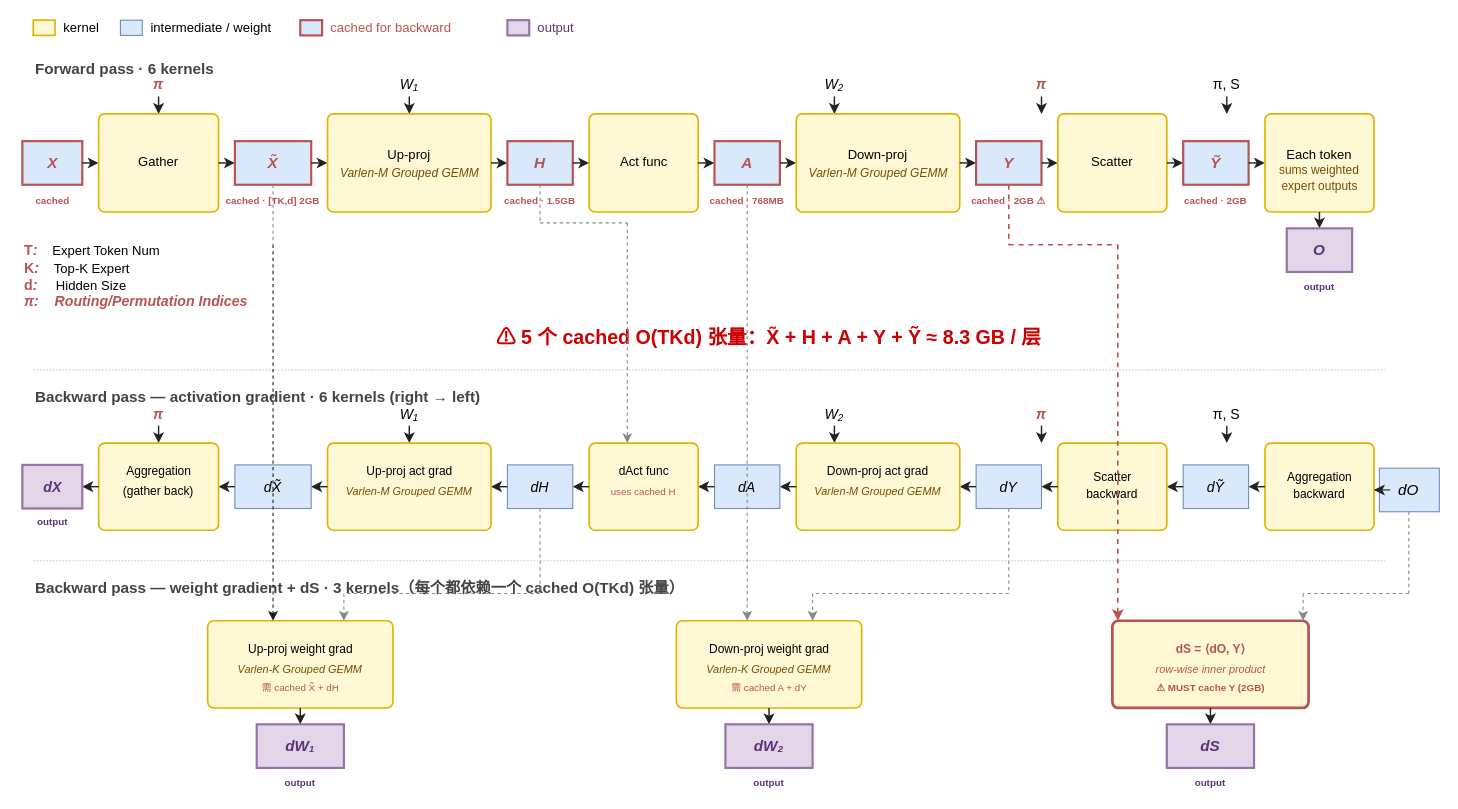
This is static/drawio/2026-04-27-sonicmoe-blackwell-深度解读-fine-grained-moe-kernel-的算法-软件-硬件三层堆叠/figures/F1.drawio from cassiewilliam/blog, a draw.io file, before an edit. Source tidied: cells renumbered, new cells numbered last; positions are measured from the earlier drawing's top-left corner, leaving out a move shared by most shapes. Both pictures are drawn from the tidied source at 109%, with x=0, y=0 at pixel (22, 19).
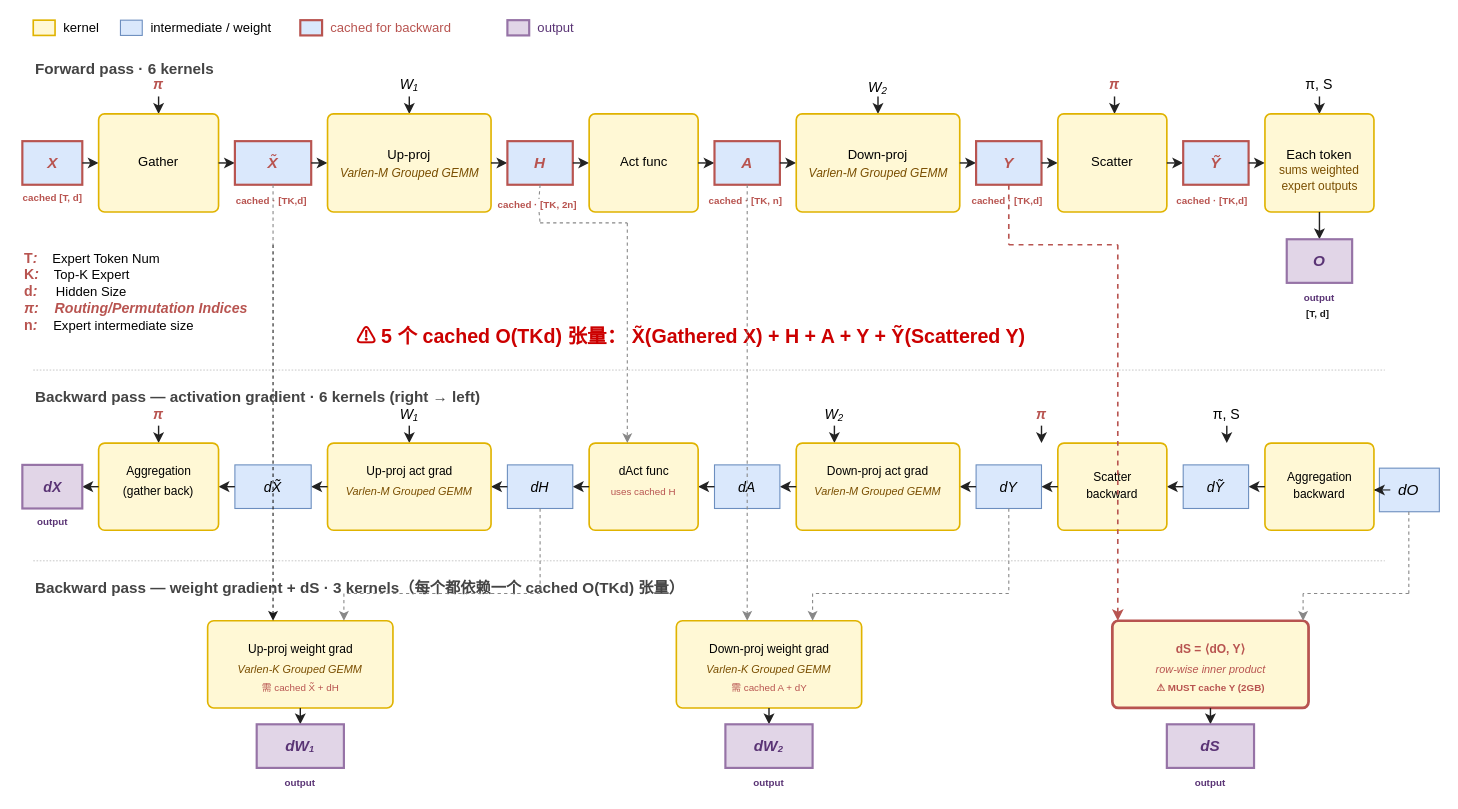
The same page after the edit.

Commit message (it also covers changes not shown here):
edit /drawio/2026-04-27-sonicmoe-blackwell-深度解读-fine-grained-moe-kernel-的算法-软件-硬件三层堆叠/figures/F1.drawio via drawio embed

What changed in the source:
```diff
@@
     <mxCell id="15" value="W₂" style="text;html=1;align=center;verticalAlign=middle;whiteSpace=wrap;fontSize=13;fontColor=#000000;fontStyle=2;" parent="1" vertex="1">
-      <mxGeometry x="725" y="51" width="40" height="18" as="geometry" />
+      <mxGeometry x="765" y="53" width="40" height="18" as="geometry" />
     </mxCell>
     <mxCell id="16" style="endArrow=classic;strokeColor=#222;strokeWidth=1.3;html=1;" parent="1" edge="1">
       <mxGeometry relative="1" as="geometry">
-        <mxPoint x="745" y="71" as="sourcePoint" />
-        <mxPoint x="745" y="87" as="targetPoint" />
+        <mxPoint x="785" y="71" as="sourcePoint" />
+        <mxPoint x="785" y="87" as="targetPoint" />
       </mxGeometry>
     </mxCell>
     <mxCell id="17" value="π" style="text;html=1;align=center;verticalAlign=middle;whiteSpace=wrap;fontSize=13;fontColor=#b85450;fontStyle=3;" parent="1" vertex="1">
-      <mxGeometry x="915" y="51" width="40" height="18" as="geometry" />
+      <mxGeometry x="982" y="51" width="40" height="18" as="geometry" />
     </mxCell>
     <mxCell id="18" style="endArrow=classic;strokeColor=#222;strokeWidth=1.3;html=1;" parent="1" edge="1">
       <mxGeometry relative="1" as="geometry">
-        <mxPoint x="935" y="71" as="sourcePoint" />
-        <mxPoint x="935" y="87" as="targetPoint" />
+        <mxPoint x="1002" y="71" as="sourcePoint" />
+        <mxPoint x="1002" y="87" as="targetPoint" />
       </mxGeometry>
     </mxCell>
     <mxCell id="19" value="π, S" style="text;html=1;align=center;verticalAlign=middle;whiteSpace=wrap;fontSize=13;fontColor=#000000;" parent="1" vertex="1">
-      <mxGeometry x="1085" y="51" width="40" height="18" as="geometry" />
+      <mxGeometry x="1170" y="51" width="40" height="18" as="geometry" />
     </mxCell>
     <mxCell id="20" style="endArrow=classic;strokeColor=#222;strokeWidth=1.3;html=1;" parent="1" edge="1">
       <mxGeometry relative="1" as="geometry">
-        <mxPoint x="1105" y="71" as="sourcePoint" />
-        <mxPoint x="1105" y="87" as="targetPoint" />
+        <mxPoint x="1190" y="71" as="sourcePoint" />
+        <mxPoint x="1190" y="87" as="targetPoint" />
       </mxGeometry>
     </mxCell>
@@
-    <mxCell id="23" value="cached" style="text;html=1;align=center;verticalAlign=middle;whiteSpace=wrap;fontSize=9;fontColor=#b85450;fontStyle=1;" parent="1" vertex="1">
-      <mxGeometry x="8" y="160.6" width="40" height="12" as="geometry" />
+    <mxCell id="23" value="cached [T, d]" style="text;html=1;align=center;verticalAlign=middle;whiteSpace=wrap;fontSize=9;fontColor=#b85450;fontStyle=1;" parent="1" vertex="1">
+      <mxGeometry x="-3.5" y="158" width="62" height="12" as="geometry" />
     </mxCell>
@@
-    <mxCell id="30" value="cached · [TK,d] 2GB" style="text;html=1;align=center;verticalAlign=middle;whiteSpace=wrap;fontSize=9;fontColor=#b85450;fontStyle=1;" parent="1" vertex="1">
+    <mxCell id="30" value="cached · [TK,d]&amp;nbsp;" style="text;html=1;align=center;verticalAlign=middle;whiteSpace=wrap;fontSize=9;fontColor=#b85450;fontStyle=1;" parent="1" vertex="1">
       <mxGeometry x="177" y="160.6" width="106" height="12" as="geometry" />
     </mxCell>
@@
-    <mxCell id="38" value="cached · 1.5GB" style="text;html=1;align=center;verticalAlign=middle;whiteSpace=wrap;fontSize=9;fontColor=#b85450;fontStyle=1;" parent="1" vertex="1">
-      <mxGeometry x="436" y="160.6" width="78" height="12" as="geometry" />
-    </mxCell>
@@
-    <mxCell id="45" value="cached · 768MB" style="text;html=1;align=center;verticalAlign=middle;whiteSpace=wrap;fontSize=9;fontColor=#b85450;fontStyle=1;" parent="1" vertex="1">
+    <mxCell id="45" value="cached · [TK, n]&amp;nbsp;" style="text;html=1;align=center;verticalAlign=middle;whiteSpace=wrap;fontSize=9;fontColor=#b85450;fontStyle=1;" parent="1" vertex="1">
       <mxGeometry x="626" y="160.6" width="78" height="12" as="geometry" />
     </mxCell>
@@
-    <mxCell id="54" value="cached · 2GB ⚠" style="text;html=1;align=center;verticalAlign=middle;whiteSpace=wrap;fontSize=9;fontColor=#b85450;fontStyle=1;" parent="1" vertex="1">
+    <mxCell id="54" value="cached · [TK,d]&amp;nbsp;" style="text;html=1;align=center;verticalAlign=middle;whiteSpace=wrap;fontSize=9;fontColor=#b85450;fontStyle=1;" parent="1" vertex="1">
       <mxGeometry x="866" y="160.6" width="78" height="12" as="geometry" />
     </mxCell>
@@
-    <mxCell id="61" value="cached · 2GB" style="text;html=1;align=center;verticalAlign=middle;whiteSpace=wrap;fontSize=9;fontColor=#b85450;fontStyle=1;" parent="1" vertex="1">
-      <mxGeometry x="1062" y="160.6" width="66" height="12" as="geometry" />
+    <mxCell id="61" value="cached · [TK,d]&amp;nbsp;" style="text;html=1;align=center;verticalAlign=middle;whiteSpace=wrap;fontSize=9;fontColor=#b85450;fontStyle=1;" parent="1" vertex="1">
+      <mxGeometry x="1058" y="160.6" width="70" height="12" as="geometry" />
     </mxCell>
@@
-    <mxCell id="67" style="endArrow=classic;strokeColor=#222;strokeWidth=1.3;html=1;" parent="1" edge="1">
+    <mxCell id="67" style="endArrow=classic;strokeColor=#222;strokeWidth=1.3;html=1;entryX=0.5;entryY=0;entryDx=0;entryDy=0;" parent="1" edge="1" target="68">
       <mxGeometry relative="1" as="geometry">
         <mxPoint x="1190" y="177" as="sourcePoint" />
-        <mxPoint x="1190" y="192" as="targetPoint" />
       </mxGeometry>
     </mxCell>
     <mxCell id="68" style="rounded=0;fillColor=#e1d5e7;strokeColor=#9673a6;strokeWidth=2;html=1;" parent="1" vertex="1">
-      <mxGeometry x="1160" y="192" width="60" height="40" as="geometry" />
+      <mxGeometry x="1160" y="202" width="60" height="40" as="geometry" />
     </mxCell>
     <mxCell id="69" value="O" style="text;html=1;align=center;verticalAlign=middle;whiteSpace=wrap;fontSize=14;fontColor=#5a3475;fontStyle=3;" parent="1" vertex="1">
-      <mxGeometry x="1170" y="202.2" width="40" height="19" as="geometry" />
+      <mxGeometry x="1170" y="212.2" width="40" height="19" as="geometry" />
     </mxCell>
     <mxCell id="70" value="output" style="text;html=1;align=center;verticalAlign=middle;whiteSpace=wrap;fontSize=9;fontColor=#5a3475;fontStyle=1;" parent="1" vertex="1">
-      <mxGeometry x="1170" y="239.6" width="40" height="12" as="geometry" />
+      <mxGeometry x="1170" y="249.6" width="40" height="12" as="geometry" />
     </mxCell>
-    <mxCell id="71" value="⚠ 5 个 cached O(TKd) 张量：X̃ + H + A + Y + Ỹ ≈ 8.3 GB / 层" style="text;html=1;align=center;verticalAlign=middle;whiteSpace=wrap;fontSize=18;fontColor=#CC0000;fontStyle=1;" parent="1" vertex="1">
-      <mxGeometry x="429.5" y="284.5" width="509.5" height="16" as="geometry" />
+    <mxCell id="71" value="⚠ 5 个 cached O(TKd) 张量： X̃(Gathered X) + H + A + Y + Ỹ(Scattered Y)" style="text;html=1;align=center;verticalAlign=middle;whiteSpace=wrap;fontSize=18;fontColor=#CC0000;fontStyle=1;" parent="1" vertex="1">
+      <mxGeometry x="287" y="272" width="653" height="39.5" as="geometry" />
     </mxCell>
@@
-    <mxCell id="117" style="endArrow=none;strokeColor=#888;strokeWidth=1;dashed=1;html=1;" parent="1" edge="1">
+    <mxCell id="117" style="endArrow=none;strokeColor=#888;strokeWidth=1;dashed=1;html=1;" parent="1" edge="1" source="181">
       <mxGeometry relative="1" as="geometry">
-        <mxPoint x="475" y="152" as="sourcePoint" />
         <mxPoint x="475" y="187" as="targetPoint" />
       </mxGeometry>
     </mxCell>
@@
-    <mxCell id="179" value="&lt;font style=&quot;font-size: 13px;&quot;&gt;&lt;span style=&quot;color: rgb(184, 84, 80); font-weight: 700; text-align: center;&quot;&gt;T&lt;/span&gt;&lt;span style=&quot;color: rgb(184, 84, 80); font-style: italic; font-weight: 700; text-align: center;&quot;&gt;:&lt;/span&gt;&lt;/font&gt;&lt;span style=&quot;color: rgb(184, 84, 80); font-size: 13px; font-style: italic; font-weight: 700; text-align: center;&quot;&gt;&amp;nbsp;&lt;/span&gt;&amp;nbsp; &amp;nbsp;Expert Token Num&lt;br&gt;&lt;b&gt;&lt;font style=&quot;font-size: 13px;&quot;&gt;&lt;span style=&quot;color: rgb(184, 84, 80); text-align: center;&quot;&gt;K&lt;/span&gt;&lt;span style=&quot;color: rgb(184, 84, 80); font-style: italic; text-align: center;&quot;&gt;:&lt;/span&gt;&lt;/font&gt;&lt;span style=&quot;color: rgb(184, 84, 80); font-size: 13px; font-style: italic; text-align: center;&quot;&gt;&amp;nbsp;&lt;/span&gt;&lt;/b&gt;&amp;nbsp; &amp;nbsp;Top-K Expert&lt;br&gt;&lt;font style=&quot;font-size: 13px;&quot;&gt;&lt;span style=&quot;color: rgb(184, 84, 80); font-weight: 700; text-align: center;&quot;&gt;d&lt;/span&gt;&lt;span style=&quot;color: rgb(184, 84, 80); font-style: italic; font-weight: 700; text-align: center;&quot;&gt;:&amp;nbsp;&lt;/span&gt;&lt;/font&gt;&amp;nbsp; &amp;nbsp; Hidden Size&lt;div&gt;&lt;span style=&quot;color: rgb(184, 84, 80); font-size: 13px; font-style: italic; font-weight: 700; text-align: center;&quot;&gt;π:&amp;nbsp; &amp;nbsp; Routing/Permutation Indices&lt;/span&gt;&lt;/div&gt;" style="text;html=1;whiteSpace=wrap;strokeColor=none;fillColor=none;align=left;verticalAlign=middle;rounded=0;" parent="1" vertex="1">
-      <mxGeometry y="206" width="209" height="59" as="geometry" />
+    <mxCell id="179" value="&lt;font style=&quot;font-size: 13px;&quot;&gt;&lt;span style=&quot;color: rgb(184, 84, 80); font-weight: 700; text-align: center;&quot;&gt;T&lt;/span&gt;&lt;span style=&quot;color: rgb(184, 84, 80); font-style: italic; font-weight: 700; text-align: center;&quot;&gt;:&lt;/span&gt;&lt;/font&gt;&lt;span style=&quot;color: rgb(184, 84, 80); font-size: 13px; font-style: italic; font-weight: 700; text-align: center;&quot;&gt;&amp;nbsp;&lt;/span&gt;&amp;nbsp; &amp;nbsp;Expert Token Num&lt;br&gt;&lt;b&gt;&lt;font style=&quot;font-size: 13px;&quot;&gt;&lt;span style=&quot;color: rgb(184, 84, 80); text-align: center;&quot;&gt;K&lt;/span&gt;&lt;span style=&quot;color: rgb(184, 84, 80); font-style: italic; text-align: center;&quot;&gt;:&lt;/span&gt;&lt;/font&gt;&lt;span style=&quot;color: rgb(184, 84, 80); font-size: 13px; font-style: italic; text-align: center;&quot;&gt;&amp;nbsp;&lt;/span&gt;&lt;/b&gt;&amp;nbsp; &amp;nbsp;Top-K Expert&lt;br&gt;&lt;font style=&quot;font-size: 13px;&quot;&gt;&lt;span style=&quot;color: rgb(184, 84, 80); font-weight: 700; text-align: center;&quot;&gt;d&lt;/span&gt;&lt;span style=&quot;color: rgb(184, 84, 80); font-style: italic; font-weight: 700; text-align: center;&quot;&gt;:&amp;nbsp;&lt;/span&gt;&lt;/font&gt;&amp;nbsp; &amp;nbsp; Hidden Size&lt;div&gt;&lt;span style=&quot;color: rgb(184, 84, 80); font-size: 13px; font-style: italic; font-weight: 700; text-align: center;&quot;&gt;π:&amp;nbsp; &amp;nbsp; Routing/Permutation Indices&lt;/span&gt;&lt;/div&gt;&lt;div&gt;&lt;font style=&quot;font-size: 13px;&quot;&gt;&lt;span style=&quot;color: rgb(184, 84, 80); font-style: italic; font-weight: 700; text-align: center;&quot;&gt;&lt;span style=&quot;font-style: normal;&quot;&gt;n&lt;/span&gt;&lt;/span&gt;&lt;span style=&quot;color: rgb(184, 84, 80); font-style: italic; font-weight: 700; text-align: center; background-color: transparent;&quot;&gt;:&amp;nbsp;&lt;/span&gt;&lt;span style=&quot;color: rgb(184, 84, 80); font-style: italic; font-weight: 700; text-align: center; background-color: transparent;&quot;&gt;&amp;nbsp; &amp;nbsp;&lt;/span&gt;&lt;/font&gt;&lt;span style=&quot;background-color: transparent; color: light-dark(rgb(0, 0, 0), rgb(255, 255, 255));&quot;&gt;Expert intermediate size&lt;/span&gt;&lt;/div&gt;" style="text;html=1;whiteSpace=wrap;strokeColor=none;fillColor=none;align=left;verticalAlign=middle;rounded=0;" parent="1" vertex="1">
+      <mxGeometry y="206" width="209" height="88" as="geometry" />
     </mxCell>
+    <mxCell id="180" style="endArrow=none;strokeColor=#888;strokeWidth=1;dashed=1;html=1;" parent="1" edge="1" target="181">
+      <mxGeometry relative="1" as="geometry">
+        <mxPoint x="475" y="152" as="sourcePoint" />
+      </mxGeometry>
+    </mxCell>
+    <mxCell id="181" value="cached · [TK, 2n]&amp;nbsp;" style="text;html=1;align=center;verticalAlign=middle;whiteSpace=wrap;fontSize=9;fontColor=#b85450;fontStyle=1;" parent="1" vertex="1">
+      <mxGeometry x="420.5" y="165" width="106" height="12" as="geometry" />
+    </mxCell>
+    <mxCell id="182" value="[T, d]&amp;nbsp;" style="text;html=1;align=center;verticalAlign=middle;whiteSpace=wrap;fontSize=9;fontColor=#1A1A1A;fontStyle=1;" parent="1" vertex="1">
+      <mxGeometry x="1137" y="265" width="106" height="12" as="geometry" />
+    </mxCell>
```
